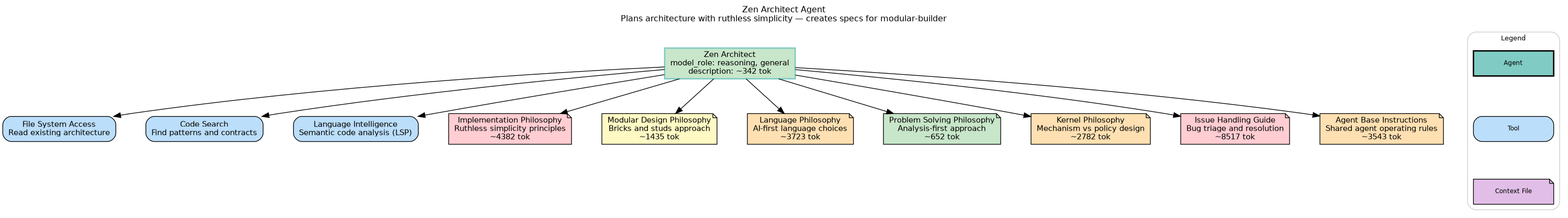
The Graphviz diagram agents/zen-architect.png in microsoft/amplifier-foundation, before a commit. Its source is kept beside it as agents/zen-architect.dot. Its diagram source:
```dot
digraph zen_architect {
    rankdir=TB
    fontname="Helvetica"
    fontsize=12
    label="Zen Architect Agent\nPlans architecture with ruthless simplicity — creates specs for modular-builder"
    labelloc=t
    labeljust=c
    nodesep=0.6
    ranksep=0.7
    bgcolor="white"
    source_hash="deaea3f73965b16dd4b36524b80fe0c16189cf91294a0c237dd592dd1912bb99"

    node [fontname="Helvetica", fontsize=11, style="filled,rounded"]
    edge [fontname="Helvetica", fontsize=9]

    agent [label="Zen Architect\nmodel_role: reasoning, general\ndescription: ~342 tok", shape=box, fillcolor="#c8e6c9", style="filled,bold", color="#80cbc4"]
    tool_tool_filesystem [label="File System Access\nRead existing architecture", shape=box, fillcolor="#bbdefb", style="filled,rounded"]
    tool_tool_search [label="Code Search\nFind patterns and contracts", shape=box, fillcolor="#bbdefb", style="filled,rounded"]
    tool_tool_lsp [label="Language Intelligence\nSemantic code analysis (LSP)", shape=box, fillcolor="#bbdefb", style="filled,rounded"]
    ctx_foundation_context_IMPLEMENTATION_PHILOSOPHY_md [label="Implementation Philosophy\nRuthless simplicity principles\n~4382 tok", shape=note, fillcolor="#ffcdd2", style="filled"]
    ctx_foundation_context_MODULAR_DESIGN_PHILOSOPHY_md [label="Modular Design Philosophy\nBricks and studs approach\n~1435 tok", shape=note, fillcolor="#fff9c4", style="filled"]
    ctx_foundation_context_LANGUAGE_PHILOSOPHY_md [label="Language Philosophy\nAI-first language choices\n~3723 tok", shape=note, fillcolor="#ffe0b2", style="filled"]
    ctx_foundation_context_shared_PROBLEM_SOLVING_PHILOSOPHY_md [label="Problem Solving Philosophy\nAnalysis-first approach\n~652 tok", shape=note, fillcolor="#c8e6c9", style="filled"]
    ctx_foundation_context_KERNEL_PHILOSOPHY_md [label="Kernel Philosophy\nMechanism vs policy design\n~2782 tok", shape=note, fillcolor="#ffe0b2", style="filled"]
    ctx_foundation_context_ISSUE_HANDLING_md [label="Issue Handling Guide\nBug triage and resolution\n~8517 tok", shape=note, fillcolor="#ffcdd2", style="filled"]
    ctx_foundation_context_shared_common_agent_base_md [label="Agent Base Instructions\nShared agent operating rules\n~3543 tok", shape=note, fillcolor="#ffe0b2", style="filled"]

    agent -> tool_tool_filesystem
    agent -> tool_tool_search
    agent -> tool_tool_lsp
    agent -> ctx_foundation_context_IMPLEMENTATION_PHILOSOPHY_md
    agent -> ctx_foundation_context_MODULAR_DESIGN_PHILOSOPHY_md
    agent -> ctx_foundation_context_LANGUAGE_PHILOSOPHY_md
    agent -> ctx_foundation_context_shared_PROBLEM_SOLVING_PHILOSOPHY_md
    agent -> ctx_foundation_context_KERNEL_PHILOSOPHY_md
    agent -> ctx_foundation_context_ISSUE_HANDLING_md
    agent -> ctx_foundation_context_shared_common_agent_base_md

    subgraph cluster_legend {
        label="Legend"
        style="filled,rounded"
        fillcolor="white"
        color="#cccccc"
        fontsize=10
        node [shape=box, fontsize=9, width=1.6]
        leg_agent [label="Agent", shape=box, fillcolor="#80cbc4", style="filled,bold"]
        leg_tool [label="Tool", shape=box, fillcolor="#bbdefb", style="filled,rounded"]
        leg_ctx [label="Context File", shape=note, fillcolor="#e1bee7", style="filled,rounded"]
        leg_agent -> leg_tool -> leg_ctx [style=invis]
    }
}
```
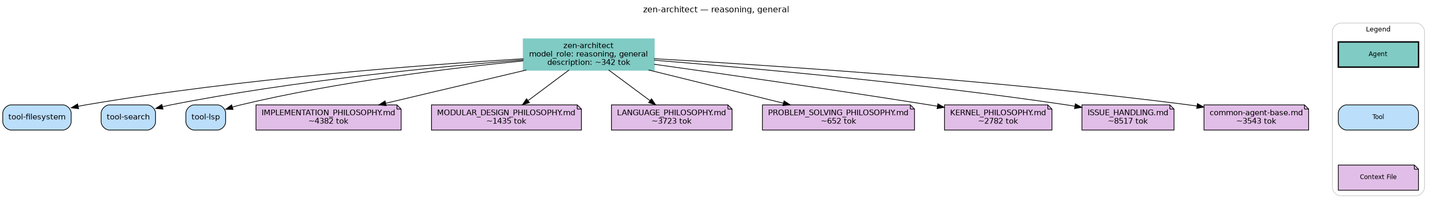
The same diagram one commit later.

Diff of the diagram source:
```diff
@@ -2,28 +2,28 @@
     rankdir=TB
     fontname="Helvetica"
     fontsize=12
-    label="Zen Architect Agent\nPlans architecture with ruthless simplicity — creates specs for modular-builder"
+    label="zen-architect — reasoning, general"
     labelloc=t
     labeljust=c
     nodesep=0.6
     ranksep=0.7
     bgcolor="white"
-    source_hash="deaea3f73965b16dd4b36524b80fe0c16189cf91294a0c237dd592dd1912bb99"
+    source_hash="27ae53602ea8b47c219b319ca50cf0e2c83c311a0ed56192102ce4a92ab5b111"
 
     node [fontname="Helvetica", fontsize=11, style="filled,rounded"]
     edge [fontname="Helvetica", fontsize=9]
 
-    agent [label="Zen Architect\nmodel_role: reasoning, general\ndescription: ~342 tok", shape=box, fillcolor="#c8e6c9", style="filled,bold", color="#80cbc4"]
-    tool_tool_filesystem [label="File System Access\nRead existing architecture", shape=box, fillcolor="#bbdefb", style="filled,rounded"]
-    tool_tool_search [label="Code Search\nFind patterns and contracts", shape=box, fillcolor="#bbdefb", style="filled,rounded"]
-    tool_tool_lsp [label="Language Intelligence\nSemantic code analysis (LSP)", shape=box, fillcolor="#bbdefb", style="filled,rounded"]
-    ctx_foundation_context_IMPLEMENTATION_PHILOSOPHY_md [label="Implementation Philosophy\nRuthless simplicity principles\n~4382 tok", shape=note, fillcolor="#ffcdd2", style="filled"]
-    ctx_foundation_context_MODULAR_DESIGN_PHILOSOPHY_md [label="Modular Design Philosophy\nBricks and studs approach\n~1435 tok", shape=note, fillcolor="#fff9c4", style="filled"]
-    ctx_foundation_context_LANGUAGE_PHILOSOPHY_md [label="Language Philosophy\nAI-first language choices\n~3723 tok", shape=note, fillcolor="#ffe0b2", style="filled"]
-    ctx_foundation_context_shared_PROBLEM_SOLVING_PHILOSOPHY_md [label="Problem Solving Philosophy\nAnalysis-first approach\n~652 tok", shape=note, fillcolor="#c8e6c9", style="filled"]
-    ctx_foundation_context_KERNEL_PHILOSOPHY_md [label="Kernel Philosophy\nMechanism vs policy design\n~2782 tok", shape=note, fillcolor="#ffe0b2", style="filled"]
-    ctx_foundation_context_ISSUE_HANDLING_md [label="Issue Handling Guide\nBug triage and resolution\n~8517 tok", shape=note, fillcolor="#ffcdd2", style="filled"]
-    ctx_foundation_context_shared_common_agent_base_md [label="Agent Base Instructions\nShared agent operating rules\n~3543 tok", shape=note, fillcolor="#ffe0b2", style="filled"]
+    agent [label="zen-architect\nmodel_role: reasoning, general\ndescription: ~342 tok", shape=box, fillcolor="#80cbc4", style="filled,bold", color="#80cbc4"]
+    tool_tool_filesystem [label="tool-filesystem", shape=box, fillcolor="#bbdefb", style="filled,rounded"]
+    tool_tool_search [label="tool-search", shape=box, fillcolor="#bbdefb", style="filled,rounded"]
+    tool_tool_lsp [label="tool-lsp", shape=box, fillcolor="#bbdefb", style="filled,rounded"]
+    ctx_foundation_context_IMPLEMENTATION_PHILOSOPHY_md [label="IMPLEMENTATION_PHILOSOPHY.md\n~4382 tok", shape=note, fillcolor="#e1bee7", style="filled"]
+    ctx_foundation_context_MODULAR_DESIGN_PHILOSOPHY_md [label="MODULAR_DESIGN_PHILOSOPHY.md\n~1435 tok", shape=note, fillcolor="#e1bee7", style="filled"]
+    ctx_foundation_context_LANGUAGE_PHILOSOPHY_md [label="LANGUAGE_PHILOSOPHY.md\n~3723 tok", shape=note, fillcolor="#e1bee7", style="filled"]
+    ctx_foundation_context_shared_PROBLEM_SOLVING_PHILOSOPHY_md [label="PROBLEM_SOLVING_PHILOSOPHY.md\n~652 tok", shape=note, fillcolor="#e1bee7", style="filled"]
+    ctx_foundation_context_KERNEL_PHILOSOPHY_md [label="KERNEL_PHILOSOPHY.md\n~2782 tok", shape=note, fillcolor="#e1bee7", style="filled"]
+    ctx_foundation_context_ISSUE_HANDLING_md [label="ISSUE_HANDLING.md\n~8517 tok", shape=note, fillcolor="#e1bee7", style="filled"]
+    ctx_foundation_context_shared_common_agent_base_md [label="common-agent-base.md\n~3543 tok", shape=note, fillcolor="#e1bee7", style="filled"]
 
     agent -> tool_tool_filesystem
     agent -> tool_tool_search
```
